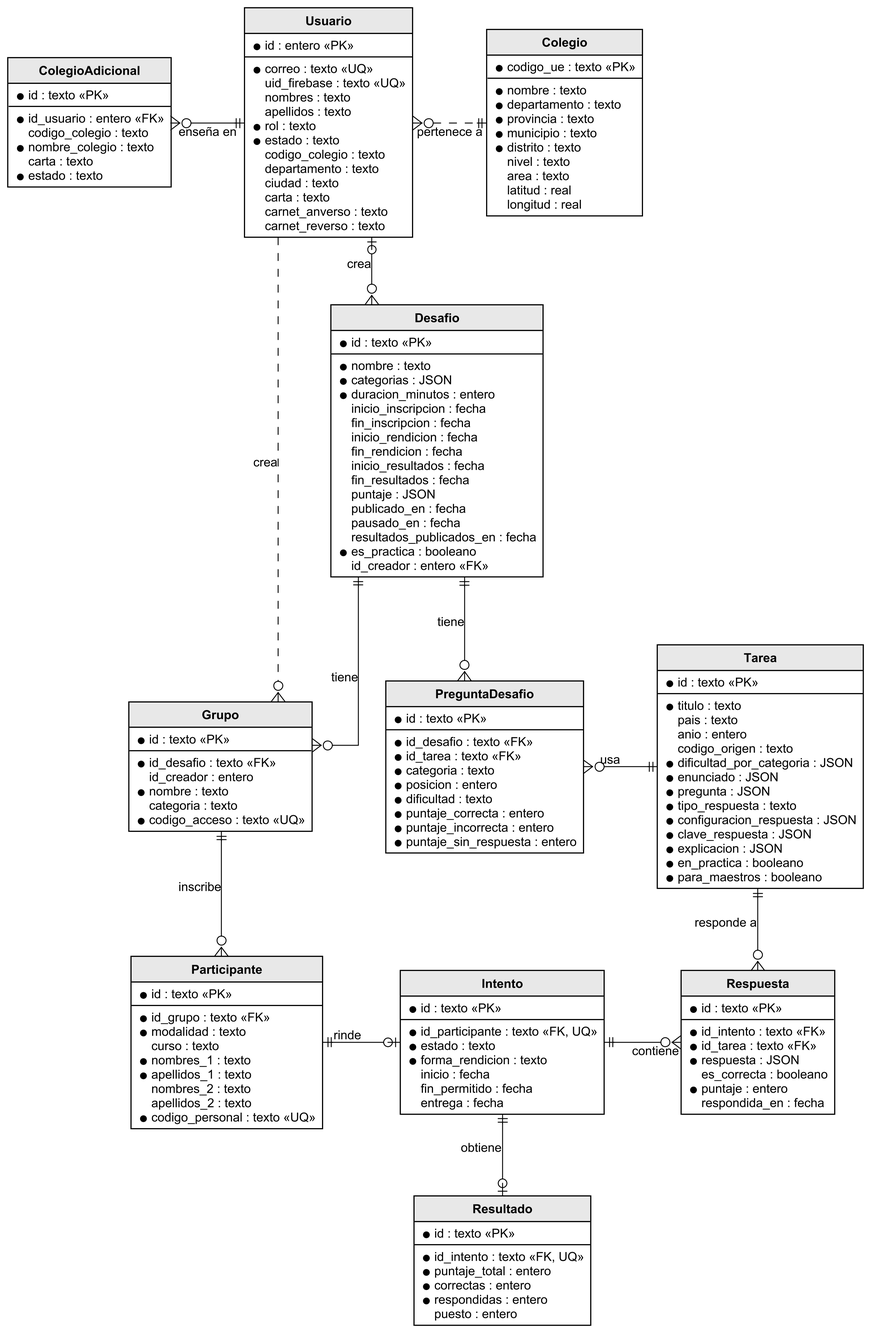
Above: diagramas/modelo-datos.png in Dauphinsss/bebras-bolivia-perfil (PlantUML), before the change. Source of this version:
```plantuml
@startuml modelo-datos
skinparam dpi 300
skinparam linetype ortho
skinparam shadowing false
skinparam roundCorner 0
skinparam defaultFontName "Arial"
skinparam defaultFontSize 11
skinparam nodesep 65
skinparam ranksep 60
skinparam class {
  BackgroundColor white
  BorderColor black
  BorderThickness 1
  ArrowColor black
  ArrowThickness 0.8
  HeaderBackgroundColor #E8E8E8
  FontStyle bold
}
hide circle
hide methods
hide stereotypes

entity "Usuario" as Usuario {
  * id : entero <<PK>>
  --
  * correo : texto <<UQ>>
  uid_firebase : texto <<UQ>>
  nombres : texto
  apellidos : texto
  * rol : texto
  * estado : texto
  codigo_colegio : texto
  departamento : texto
  ciudad : texto
  carta : texto
  carnet_anverso : texto
  carnet_reverso : texto
}

entity "ColegioAdicional" as ColegioAdicional {
  * id : texto <<PK>>
  --
  * id_usuario : entero <<FK>>
  codigo_colegio : texto
  * nombre_colegio : texto
  carta : texto
  * estado : texto
}

entity "Colegio" as Colegio {
  * codigo_ue : texto <<PK>>
  --
  * nombre : texto
  * departamento : texto
  * provincia : texto
  * municipio : texto
  * distrito : texto
  nivel : texto
  area : texto
  latitud : real
  longitud : real
}

entity "Tarea" as Tarea {
  * id : texto <<PK>>
  --
  * titulo : texto
  pais : texto
  anio : entero
  codigo_origen : texto
  * dificultad_por_categoria : JSON
  * enunciado : JSON
  * pregunta : JSON
  * tipo_respuesta : texto
  * configuracion_respuesta : JSON
  * clave_respuesta : JSON
  * explicacion : JSON
  * en_practica : booleano
  * para_maestros : booleano
}

entity "Desafio" as Desafio {
  * id : texto <<PK>>
  --
  * nombre : texto
  * categorias : JSON
  * duracion_minutos : entero
  inicio_inscripcion : fecha
  fin_inscripcion : fecha
  inicio_rendicion : fecha
  fin_rendicion : fecha
  inicio_resultados : fecha
  fin_resultados : fecha
  puntaje : JSON
  publicado_en : fecha
  pausado_en : fecha
  resultados_publicados_en : fecha
  * es_practica : booleano
  id_creador : entero <<FK>>
}

entity "PreguntaDesafio" as PreguntaDesafio {
  * id : texto <<PK>>
  --
  * id_desafio : texto <<FK>>
  * id_tarea : texto <<FK>>
  * categoria : texto
  * posicion : entero
  * dificultad : texto
  * puntaje_correcta : entero
  * puntaje_incorrecta : entero
  * puntaje_sin_respuesta : entero
}

entity "Grupo" as Grupo {
  * id : texto <<PK>>
  --
  * id_desafio : texto <<FK>>
  id_creador : entero
  * nombre : texto
  categoria : texto
  * codigo_acceso : texto <<UQ>>
}

entity "Participante" as Participante {
  * id : texto <<PK>>
  --
  * id_grupo : texto <<FK>>
  * modalidad : texto
  curso : texto
  * nombres_1 : texto
  * apellidos_1 : texto
  nombres_2 : texto
  apellidos_2 : texto
  * codigo_personal : texto <<UQ>>
}

entity "Intento" as Intento {
  * id : texto <<PK>>
  --
  * id_participante : texto <<FK, UQ>>
  * estado : texto
  * forma_rendicion : texto
  inicio : fecha
  fin_permitido : fecha
  entrega : fecha
}

entity "Respuesta" as Respuesta {
  * id : texto <<PK>>
  --
  * id_intento : texto <<FK>>
  * id_tarea : texto <<FK>>
  * respuesta : JSON
  es_correcta : booleano
  * puntaje : entero
  respondida_en : fecha
}

entity "Resultado" as Resultado {
  * id : texto <<PK>>
  --
  * id_intento : texto <<FK, UQ>>
  * puntaje_total : entero
  * correctas : entero
  * respondidas : entero
  puesto : entero
}

Usuario ||-left-o{ ColegioAdicional : "enseña en"
Usuario }o.right.|| Colegio : "pertenece a"
Usuario |o--o{ Desafio : "crea"
Usuario ..o{ Grupo : "crea"
Desafio ||--o{ Grupo : "tiene"
Desafio ||--o{ PreguntaDesafio : "tiene"
PreguntaDesafio }o-right-|| Tarea : "usa"
Grupo ||--o{ Participante : "inscribe"
Participante ||-right-o| Intento : "rinde"
Intento ||-right-o{ Respuesta : "contiene"
Respuesta }o-up-|| Tarea : "responde a"
Intento ||--o| Resultado : "obtiene"
Grupo -[hidden]right- PreguntaDesafio
@enduml
```
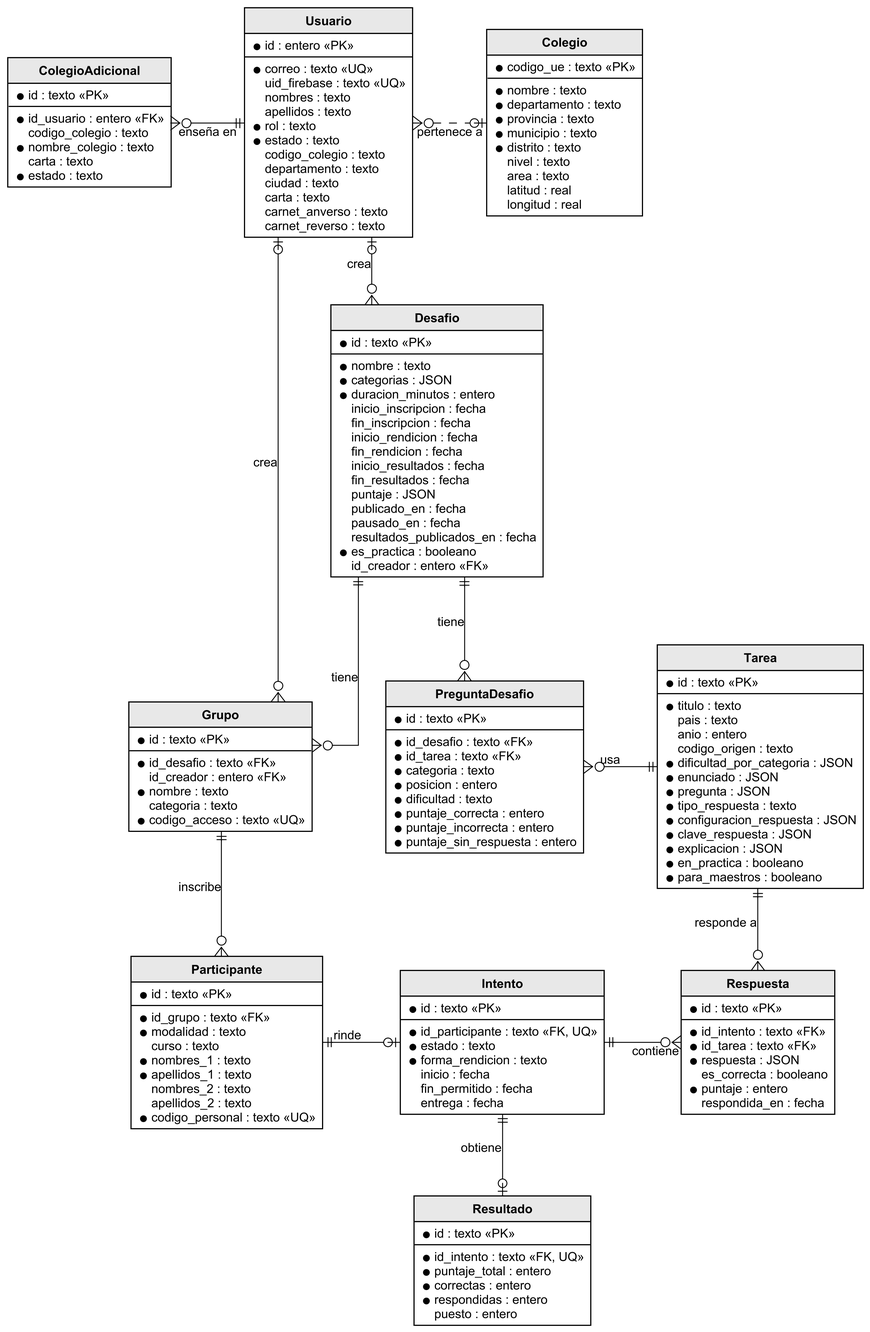
Above is the later version.

The edit, as a diff of the source:
```diff
@@ -116,7 +116,7 @@
   * id : texto <<PK>>
   --
   * id_desafio : texto <<FK>>
-  id_creador : entero
+  id_creador : entero <<FK>>
   * nombre : texto
   categoria : texto
   * codigo_acceso : texto <<UQ>>
@@ -168,9 +168,9 @@
 }
 
 Usuario ||-left-o{ ColegioAdicional : "enseña en"
-Usuario }o.right.|| Colegio : "pertenece a"
+Usuario }o.right.o| Colegio : "pertenece a"
 Usuario |o--o{ Desafio : "crea"
-Usuario ..o{ Grupo : "crea"
+Usuario |o--o{ Grupo : "crea"
 Desafio ||--o{ Grupo : "tiene"
 Desafio ||--o{ PreguntaDesafio : "tiene"
 PreguntaDesafio }o-right-|| Tarea : "usa"
```
